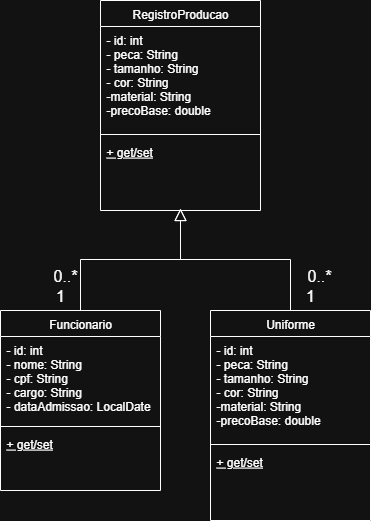
The draw.io diagram docs/diagramaDeClasses.drawio.png in JaoVPimenta/TrabalhoFinal, before a commit. Source tidied: cells renumbered, new cells last; positions are measured from the earlier drawing's top-left corner, leaving out a move shared by most shapes. Its diagram source:
```xml
<mxGraphModel>
  <root>
    <mxCell id="0" />
    <mxCell id="1" parent="0" />
    <mxCell id="2" value="Funcionario" style="swimlane;fontStyle=0;align=center;verticalAlign=top;horizontal=1;startSize=26;rounded=0;shadow=0;strokeWidth=1;" parent="1" vertex="1">
      <mxGeometry y="310" width="160" height="180" as="geometry" />
    </mxCell>
    <mxCell id="3" value="- id: int&#10;- nome: String&#10;- cpf: String&#10;- cargo: String&#10;- dataAdmissao: LocalDate" style="text;align=left;verticalAlign=top;spacingLeft=4;spacingRight=4;overflow=hidden;" parent="2" vertex="1">
      <mxGeometry y="26" width="160" height="86" as="geometry" />
    </mxCell>
    <mxCell id="4" style="line;html=1;strokeWidth=1;align=left;verticalAlign=middle;spacingTop=-1;spacingLeft=3;spacingRight=3;labelPosition=right;" parent="2" vertex="1">
      <mxGeometry y="112" width="160" height="8" as="geometry" />
    </mxCell>
    <mxCell id="5" value="+ get/set" style="text;align=left;verticalAlign=top;spacingLeft=4;spacingRight=4;overflow=hidden;fontStyle=4;" parent="2" vertex="1">
      <mxGeometry y="120" width="160" height="60" as="geometry" />
    </mxCell>
    <mxCell id="6" style="endArrow=block;endSize=10;endFill=0;shadow=0;strokeWidth=1;rounded=0;curved=0;edgeStyle=elbowEdgeStyle;elbow=vertical;" parent="1" edge="1" source="2">
      <mxGeometry relative="1" as="geometry">
        <mxPoint x="180" y="208" as="targetPoint" />
      </mxGeometry>
    </mxCell>
    <mxCell id="7" value="Uniforme" style="swimlane;fontStyle=0;align=center;verticalAlign=top;horizontal=1;startSize=26;rounded=0;shadow=0;strokeWidth=1;" parent="1" vertex="1">
      <mxGeometry x="210" y="310" width="160" height="210" as="geometry" />
    </mxCell>
    <mxCell id="8" value="- id: int&#10;- peca: String&#10;- tamanho: String&#10;- cor: String&#10;-material: String&#10;-precoBase: double" style="text;align=left;verticalAlign=top;spacingLeft=4;spacingRight=4;overflow=hidden;" parent="7" vertex="1">
      <mxGeometry y="26" width="160" height="104" as="geometry" />
    </mxCell>
    <mxCell id="9" style="line;html=1;strokeWidth=1;align=left;verticalAlign=middle;spacingTop=-1;spacingLeft=3;spacingRight=3;labelPosition=right;" parent="7" vertex="1">
      <mxGeometry y="130" width="160" height="8" as="geometry" />
    </mxCell>
    <mxCell id="10" value="+ get/set" style="text;align=left;verticalAlign=top;spacingLeft=4;spacingRight=4;overflow=hidden;fontStyle=4;" parent="7" vertex="1">
      <mxGeometry y="138" width="160" height="52" as="geometry" />
    </mxCell>
    <mxCell id="11" style="endArrow=block;endSize=10;endFill=0;shadow=0;strokeWidth=1;rounded=0;curved=0;edgeStyle=elbowEdgeStyle;elbow=vertical;" parent="1" edge="1" source="7">
      <mxGeometry relative="1" as="geometry">
        <mxPoint x="180" y="208" as="targetPoint" />
      </mxGeometry>
    </mxCell>
    <mxCell id="12" value="0..*" style="text;html=1;whiteSpace=wrap;strokeColor=none;fillColor=none;align=center;verticalAlign=middle;rounded=0;fontSize=16;" parent="1" vertex="1">
      <mxGeometry x="40" y="260" width="50" height="30" as="geometry" />
    </mxCell>
    <mxCell id="13" value="0..*" style="text;html=1;whiteSpace=wrap;strokeColor=none;fillColor=none;align=center;verticalAlign=middle;rounded=0;fontSize=16;" parent="1" vertex="1">
      <mxGeometry x="294" y="260" width="50" height="30" as="geometry" />
    </mxCell>
    <mxCell id="14" value="1" style="text;html=1;whiteSpace=wrap;strokeColor=none;fillColor=none;align=center;verticalAlign=middle;rounded=0;fontSize=16;" parent="1" vertex="1">
      <mxGeometry x="30" y="280" width="60" height="30" as="geometry" />
    </mxCell>
    <mxCell id="15" value="1" style="text;html=1;whiteSpace=wrap;strokeColor=none;fillColor=none;align=center;verticalAlign=middle;rounded=0;fontSize=16;" parent="1" vertex="1">
      <mxGeometry x="280" y="280" width="60" height="30" as="geometry" />
    </mxCell>
    <mxCell id="16" value="RegistroProducao" style="swimlane;fontStyle=0;align=center;verticalAlign=top;horizontal=1;startSize=26;rounded=0;shadow=0;strokeWidth=1;" parent="1" vertex="1">
      <mxGeometry x="100" width="160" height="210" as="geometry" />
    </mxCell>
    <mxCell id="17" value="- id: int&#10;- peca: String&#10;- tamanho: String&#10;- cor: String&#10;-material: String&#10;-precoBase: double" style="text;align=left;verticalAlign=top;spacingLeft=4;spacingRight=4;overflow=hidden;" parent="16" vertex="1">
      <mxGeometry y="26" width="160" height="104" as="geometry" />
    </mxCell>
    <mxCell id="18" style="line;html=1;strokeWidth=1;align=left;verticalAlign=middle;spacingTop=-1;spacingLeft=3;spacingRight=3;labelPosition=right;" parent="16" vertex="1">
      <mxGeometry y="130" width="160" height="8" as="geometry" />
    </mxCell>
    <mxCell id="19" value="+ get/set" style="text;align=left;verticalAlign=top;spacingLeft=4;spacingRight=4;overflow=hidden;fontStyle=4;" parent="16" vertex="1">
      <mxGeometry y="138" width="160" height="52" as="geometry" />
    </mxCell>
  </root>
</mxGraphModel>
```
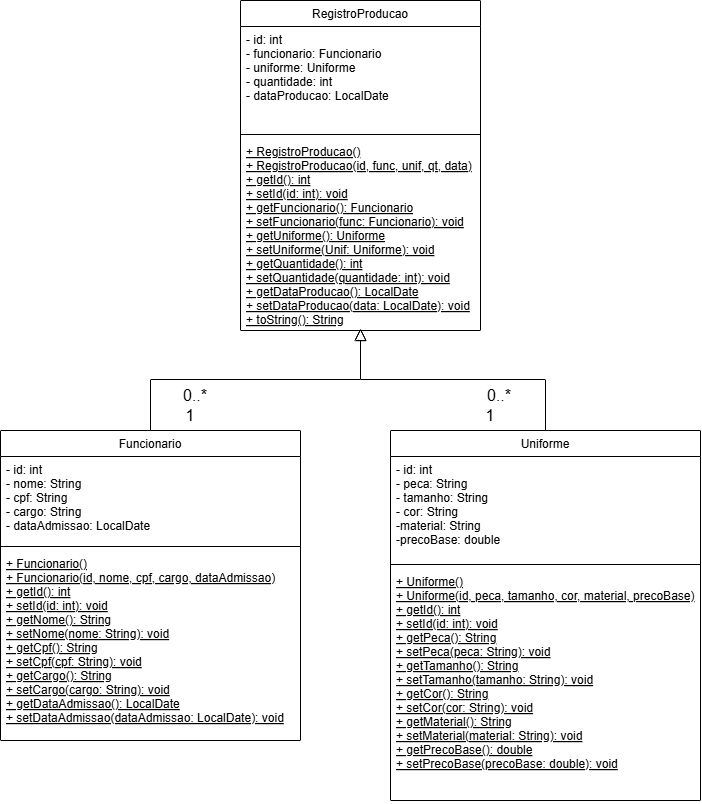
Later version of the same file.

Commit message:
Modificação nos diagramas

What changed in the source:
```diff
@@ -3,16 +3,16 @@
     <mxCell id="0" />
     <mxCell id="1" parent="0" />
     <mxCell id="2" value="Funcionario" style="swimlane;fontStyle=0;align=center;verticalAlign=top;horizontal=1;startSize=26;rounded=0;shadow=0;strokeWidth=1;" parent="1" vertex="1">
-      <mxGeometry y="310" width="160" height="180" as="geometry" />
+      <mxGeometry x="-180" y="310" width="300" height="310" as="geometry" />
     </mxCell>
     <mxCell id="3" value="- id: int&#10;- nome: String&#10;- cpf: String&#10;- cargo: String&#10;- dataAdmissao: LocalDate" style="text;align=left;verticalAlign=top;spacingLeft=4;spacingRight=4;overflow=hidden;" parent="2" vertex="1">
-      <mxGeometry y="26" width="160" height="86" as="geometry" />
+      <mxGeometry y="26" width="300" height="86" as="geometry" />
     </mxCell>
     <mxCell id="4" style="line;html=1;strokeWidth=1;align=left;verticalAlign=middle;spacingTop=-1;spacingLeft=3;spacingRight=3;labelPosition=right;" parent="2" vertex="1">
-      <mxGeometry y="112" width="160" height="8" as="geometry" />
+      <mxGeometry y="112" width="300" height="8" as="geometry" />
     </mxCell>
-    <mxCell id="5" value="+ get/set" style="text;align=left;verticalAlign=top;spacingLeft=4;spacingRight=4;overflow=hidden;fontStyle=4;" parent="2" vertex="1">
-      <mxGeometry y="120" width="160" height="60" as="geometry" />
+    <mxCell id="5" value="+ Funcionario()&#10;+ Funcionario(id, nome, cpf, cargo, dataAdmissao)&#10;+ getId(): int&#10;+ setId(id: int): void&#10;+ getNome(): String&#10;+ setNome(nome: String): void&#10;+ getCpf(): String&#10;+ setCpf(cpf: String): void&#10;+ getCargo(): String&#10;+ setCargo(cargo: String): void&#10;+ getDataAdmissao(): LocalDate&#10;+ setDataAdmissao(dataAdmissao: LocalDate): void" style="text;align=left;verticalAlign=top;spacingLeft=4;spacingRight=4;overflow=hidden;fontStyle=4;" parent="2" vertex="1">
+      <mxGeometry y="120" width="300" height="190" as="geometry" />
     </mxCell>
     <mxCell id="6" style="endArrow=block;endSize=10;endFill=0;shadow=0;strokeWidth=1;rounded=0;curved=0;edgeStyle=elbowEdgeStyle;elbow=vertical;" parent="1" edge="1" source="2">
       <mxGeometry relative="1" as="geometry">
@@ -20,16 +20,16 @@
       </mxGeometry>
     </mxCell>
     <mxCell id="7" value="Uniforme" style="swimlane;fontStyle=0;align=center;verticalAlign=top;horizontal=1;startSize=26;rounded=0;shadow=0;strokeWidth=1;" parent="1" vertex="1">
-      <mxGeometry x="210" y="310" width="160" height="210" as="geometry" />
+      <mxGeometry x="210" y="310" width="310" height="370" as="geometry" />
     </mxCell>
     <mxCell id="8" value="- id: int&#10;- peca: String&#10;- tamanho: String&#10;- cor: String&#10;-material: String&#10;-precoBase: double" style="text;align=left;verticalAlign=top;spacingLeft=4;spacingRight=4;overflow=hidden;" parent="7" vertex="1">
-      <mxGeometry y="26" width="160" height="104" as="geometry" />
+      <mxGeometry y="26" width="310" height="104" as="geometry" />
     </mxCell>
     <mxCell id="9" style="line;html=1;strokeWidth=1;align=left;verticalAlign=middle;spacingTop=-1;spacingLeft=3;spacingRight=3;labelPosition=right;" parent="7" vertex="1">
-      <mxGeometry y="130" width="160" height="8" as="geometry" />
+      <mxGeometry y="130" width="310" height="8" as="geometry" />
     </mxCell>
-    <mxCell id="10" value="+ get/set" style="text;align=left;verticalAlign=top;spacingLeft=4;spacingRight=4;overflow=hidden;fontStyle=4;" parent="7" vertex="1">
-      <mxGeometry y="138" width="160" height="52" as="geometry" />
+    <mxCell id="10" value="+ Uniforme()&#10;+ Uniforme(id, peca, tamanho, cor, material, precoBase)&#10;+ getId(): int&#10;+ setId(id: int): void&#10;+ getPeca(): String&#10;+ setPeca(peca: String): void&#10;+ getTamanho(): String&#10;+ setTamanho(tamanho: String): void&#10;+ getCor(): String&#10;+ setCor(cor: String): void&#10;+ getMaterial(): String&#10;+ setMaterial(material: String): void&#10;+ getPrecoBase(): double&#10;+ setPrecoBase(precoBase: double): void&#10;" style="text;align=left;verticalAlign=top;spacingLeft=4;spacingRight=4;overflow=hidden;fontStyle=4;" parent="7" vertex="1">
+      <mxGeometry y="138" width="310" height="232" as="geometry" />
     </mxCell>
     <mxCell id="11" style="endArrow=block;endSize=10;endFill=0;shadow=0;strokeWidth=1;rounded=0;curved=0;edgeStyle=elbowEdgeStyle;elbow=vertical;" parent="1" edge="1" source="7">
       <mxGeometry relative="1" as="geometry">
@@ -37,28 +37,28 @@
       </mxGeometry>
     </mxCell>
     <mxCell id="12" value="0..*" style="text;html=1;whiteSpace=wrap;strokeColor=none;fillColor=none;align=center;verticalAlign=middle;rounded=0;fontSize=16;" parent="1" vertex="1">
-      <mxGeometry x="40" y="260" width="50" height="30" as="geometry" />
+      <mxGeometry x="-10" y="260" width="50" height="30" as="geometry" />
     </mxCell>
     <mxCell id="13" value="0..*" style="text;html=1;whiteSpace=wrap;strokeColor=none;fillColor=none;align=center;verticalAlign=middle;rounded=0;fontSize=16;" parent="1" vertex="1">
       <mxGeometry x="294" y="260" width="50" height="30" as="geometry" />
     </mxCell>
     <mxCell id="14" value="1" style="text;html=1;whiteSpace=wrap;strokeColor=none;fillColor=none;align=center;verticalAlign=middle;rounded=0;fontSize=16;" parent="1" vertex="1">
-      <mxGeometry x="30" y="280" width="60" height="30" as="geometry" />
+      <mxGeometry x="-20" y="280" width="60" height="30" as="geometry" />
     </mxCell>
     <mxCell id="15" value="1" style="text;html=1;whiteSpace=wrap;strokeColor=none;fillColor=none;align=center;verticalAlign=middle;rounded=0;fontSize=16;" parent="1" vertex="1">
       <mxGeometry x="280" y="280" width="60" height="30" as="geometry" />
     </mxCell>
     <mxCell id="16" value="RegistroProducao" style="swimlane;fontStyle=0;align=center;verticalAlign=top;horizontal=1;startSize=26;rounded=0;shadow=0;strokeWidth=1;" parent="1" vertex="1">
-      <mxGeometry x="100" width="160" height="210" as="geometry" />
+      <mxGeometry x="60" y="-120" width="240" height="330" as="geometry" />
     </mxCell>
-    <mxCell id="17" value="- id: int&#10;- peca: String&#10;- tamanho: String&#10;- cor: String&#10;-material: String&#10;-precoBase: double" style="text;align=left;verticalAlign=top;spacingLeft=4;spacingRight=4;overflow=hidden;" parent="16" vertex="1">
-      <mxGeometry y="26" width="160" height="104" as="geometry" />
+    <mxCell id="17" value="- id: int&#10;- funcionario: Funcionario&#10;- uniforme: Uniforme&#10;- quantidade: int&#10;- dataProducao: LocalDate" style="text;align=left;verticalAlign=top;spacingLeft=4;spacingRight=4;overflow=hidden;" parent="16" vertex="1">
+      <mxGeometry y="26" width="240" height="104" as="geometry" />
     </mxCell>
     <mxCell id="18" style="line;html=1;strokeWidth=1;align=left;verticalAlign=middle;spacingTop=-1;spacingLeft=3;spacingRight=3;labelPosition=right;" parent="16" vertex="1">
-      <mxGeometry y="130" width="160" height="8" as="geometry" />
+      <mxGeometry y="130" width="240" height="8" as="geometry" />
     </mxCell>
-    <mxCell id="19" value="+ get/set" style="text;align=left;verticalAlign=top;spacingLeft=4;spacingRight=4;overflow=hidden;fontStyle=4;" parent="16" vertex="1">
-      <mxGeometry y="138" width="160" height="52" as="geometry" />
+    <mxCell id="19" value="+ RegistroProducao()&#10;+ RegistroProducao(id, func, unif, qt, data)&#10;+ getId(): int&#10;+ setId(id: int): void&#10;+ getFuncionario(): Funcionario&#10;+ setFuncionario(func: Funcionario): void&#10;+ getUniforme(): Uniforme&#10;+ setUniforme(Unif: Uniforme): void&#10;+ getQuantidade(): int&#10;+ setQuantidade(quantidade: int): void&#10;+ getDataProducao(): LocalDate&#10;+ setDataProducao(data: LocalDate): void&#10;+ toString(): String&#10;&#10;" style="text;align=left;verticalAlign=top;spacingLeft=4;spacingRight=4;overflow=hidden;fontStyle=4;" parent="16" vertex="1">
+      <mxGeometry y="138" width="240" height="192" as="geometry" />
     </mxCell>
   </root>
 </mxGraphModel>
```
